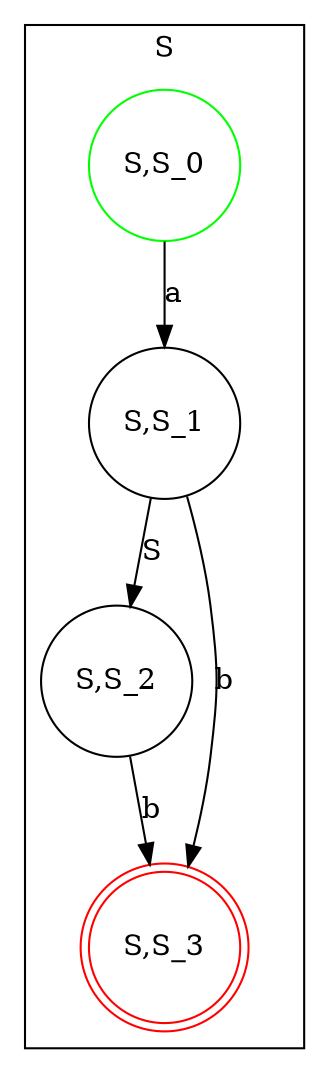
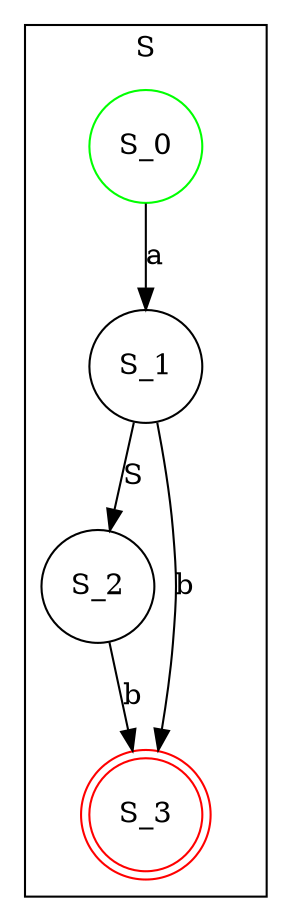
digraph g {
- S_1 [label = "S,S_1", shape = circle, color = black]
- S_2 [label = "S,S_2", shape = circle, color = black]
- S_3 [label = "S,S_3", shape = doublecircle, color = red]
- S_0 [label = "S,S_0", shape = circle, color = green]
+ S_1 [label = "S_1", shape = circle, color = black]
+ S_2 [label = "S_2", shape = circle, color = black]
+ S_3 [label = "S_3", shape = doublecircle, color = red]
+ S_0 [label = "S_0", shape = circle, color = green]
S_1 -> S_3 [label = "b"]
S_1 -> S_2 [label = "S"]
S_2 -> S_3 [label = "b"]
S_0 -> S_1 [label = "a"]
subgraph cluster_S {
S_1
S_2
S_3
S_0
label = "S"
}
}
